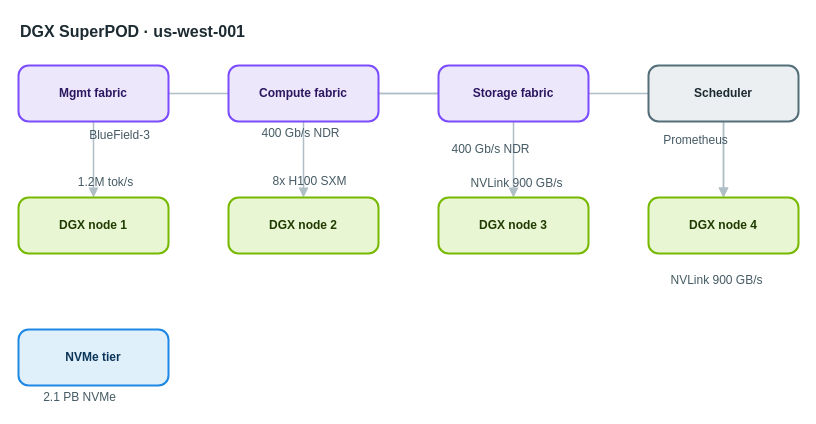
Earlier version of the draw.io diagram apps/web/public/samples/library/001-dgx-superpod.drawio (AryanG01/open-apprentice). Source tidied: cells renumbered, new cells numbered last; positions are measured from the earlier drawing's top-left corner, leaving out a move shared by most shapes. Both pictures are drawn from the tidied source at 100%, with x=0, y=0 at pixel (18, 17).
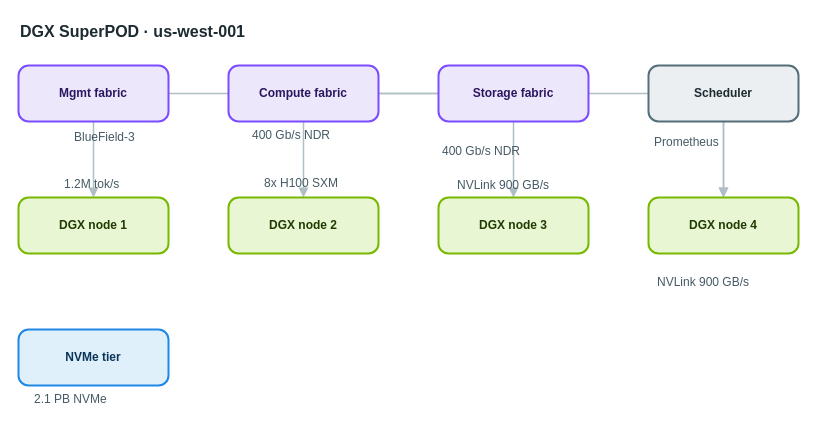
The same page after the edit.

What changed in the source:
```diff
@@
-    <mxCell id="17" value="BlueField-3" style="text;html=1;align=center;verticalAlign=middle;whiteSpace=nowrap;strokeColor=none;fillColor=none;fontSize=12;fontColor=#455a64;" parent="1" vertex="1">
+    <mxCell id="17" value="BlueField-3" style="text;html=1;align=left;verticalAlign=top;whiteSpace=nowrap;spacing=0;spacingTop=0;strokeColor=none;fillColor=none;fontSize=12;fontColor=#455a64;" parent="1" vertex="1">
       <mxGeometry x="56" y="108" width="89" height="20" as="geometry" />
     </mxCell>
-    <mxCell id="18" value="400 Gb/s NDR" style="text;html=1;align=center;verticalAlign=middle;whiteSpace=nowrap;strokeColor=none;fillColor=none;fontSize=12;fontColor=#455a64;" parent="1" vertex="1">
+    <mxCell id="18" value="400 Gb/s NDR" style="text;html=1;align=left;verticalAlign=top;whiteSpace=nowrap;spacing=0;spacingTop=0;strokeColor=none;fillColor=none;fontSize=12;fontColor=#455a64;" parent="1" vertex="1">
       <mxGeometry x="234" y="106" width="96" height="20" as="geometry" />
     </mxCell>
-    <mxCell id="19" value="400 Gb/s NDR" style="text;html=1;align=center;verticalAlign=middle;whiteSpace=nowrap;strokeColor=none;fillColor=none;fontSize=12;fontColor=#455a64;" parent="1" vertex="1">
+    <mxCell id="19" value="400 Gb/s NDR" style="text;html=1;align=left;verticalAlign=top;whiteSpace=nowrap;spacing=0;spacingTop=0;strokeColor=none;fillColor=none;fontSize=12;fontColor=#455a64;" parent="1" vertex="1">
       <mxGeometry x="424" y="122" width="96" height="20" as="geometry" />
     </mxCell>
-    <mxCell id="20" value="1.2M tok/s" style="text;html=1;align=center;verticalAlign=middle;whiteSpace=nowrap;strokeColor=none;fillColor=none;fontSize=12;fontColor=#455a64;" parent="1" vertex="1">
+    <mxCell id="20" value="1.2M tok/s" style="text;html=1;align=left;verticalAlign=top;whiteSpace=nowrap;spacing=0;spacingTop=0;strokeColor=none;fillColor=none;fontSize=12;fontColor=#455a64;" parent="1" vertex="1">
       <mxGeometry x="46" y="155" width="82" height="20" as="geometry" />
     </mxCell>
-    <mxCell id="21" value="8x H100 SXM" style="text;html=1;align=center;verticalAlign=middle;whiteSpace=nowrap;strokeColor=none;fillColor=none;fontSize=12;fontColor=#455a64;" parent="1" vertex="1">
+    <mxCell id="21" value="8x H100 SXM" style="text;html=1;align=left;verticalAlign=top;whiteSpace=nowrap;spacing=0;spacingTop=0;strokeColor=none;fillColor=none;fontSize=12;fontColor=#455a64;" parent="1" vertex="1">
       <mxGeometry x="246" y="154" width="89" height="20" as="geometry" />
     </mxCell>
-    <mxCell id="22" value="NVLink 900 GB/s" style="text;html=1;align=center;verticalAlign=middle;whiteSpace=nowrap;strokeColor=none;fillColor=none;fontSize=12;fontColor=#455a64;" parent="1" vertex="1">
+    <mxCell id="22" value="NVLink 900 GB/s" style="text;html=1;align=left;verticalAlign=top;whiteSpace=nowrap;spacing=0;spacingTop=0;strokeColor=none;fillColor=none;fontSize=12;fontColor=#455a64;" parent="1" vertex="1">
       <mxGeometry x="439" y="156" width="117" height="20" as="geometry" />
     </mxCell>
-    <mxCell id="23" value="NVLink 900 GB/s" style="text;html=1;align=center;verticalAlign=middle;whiteSpace=nowrap;strokeColor=none;fillColor=none;fontSize=12;fontColor=#455a64;" parent="1" vertex="1">
+    <mxCell id="23" value="NVLink 900 GB/s" style="text;html=1;align=left;verticalAlign=top;whiteSpace=nowrap;spacing=0;spacingTop=0;strokeColor=none;fillColor=none;fontSize=12;fontColor=#455a64;" parent="1" vertex="1">
       <mxGeometry x="639" y="253" width="117" height="20" as="geometry" />
     </mxCell>
-    <mxCell id="24" value="2.1 PB NVMe" style="text;html=1;align=center;verticalAlign=middle;whiteSpace=nowrap;strokeColor=none;fillColor=none;fontSize=12;fontColor=#455a64;" parent="1" vertex="1">
+    <mxCell id="24" value="2.1 PB NVMe" style="text;html=1;align=left;verticalAlign=top;whiteSpace=nowrap;spacing=0;spacingTop=0;strokeColor=none;fillColor=none;fontSize=12;fontColor=#455a64;" parent="1" vertex="1">
       <mxGeometry x="16" y="370" width="89" height="20" as="geometry" />
     </mxCell>
-    <mxCell id="25" value="Prometheus" style="text;html=1;align=center;verticalAlign=middle;whiteSpace=nowrap;strokeColor=none;fillColor=none;fontSize=12;fontColor=#455a64;" parent="1" vertex="1">
+    <mxCell id="25" value="Prometheus" style="text;html=1;align=left;verticalAlign=top;whiteSpace=nowrap;spacing=0;spacingTop=0;strokeColor=none;fillColor=none;fontSize=12;fontColor=#455a64;" parent="1" vertex="1">
       <mxGeometry x="636" y="113" width="82" height="20" as="geometry" />
     </mxCell>
```
